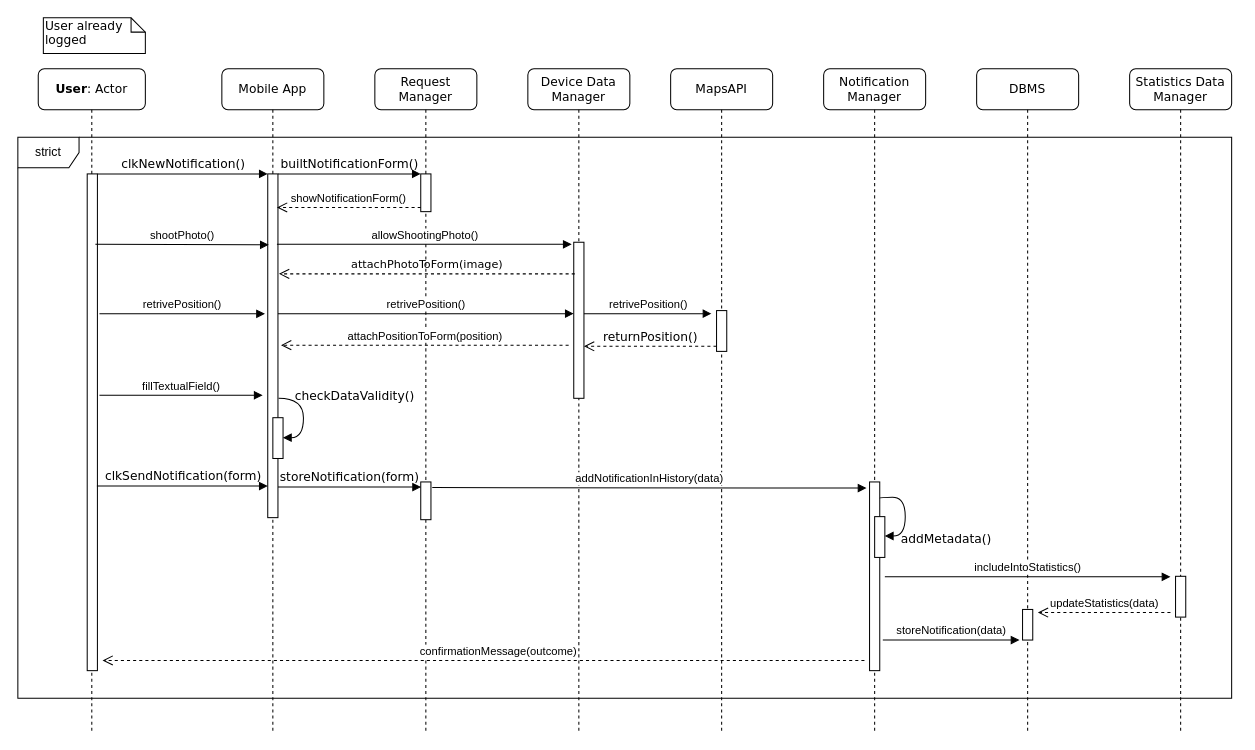
Before: DD/sequenceDiagram/userSendNotification.drawio in valearm/SafeStreets-Project-SE2, a draw.io diagram. Source tidied: cells renumbered, new cells numbered last; positions are measured from the earlier drawing's top-left corner, leaving out a move shared by most shapes. Both pictures are drawn from the tidied source at 102%, with x=0, y=0 at pixel (17, 17).
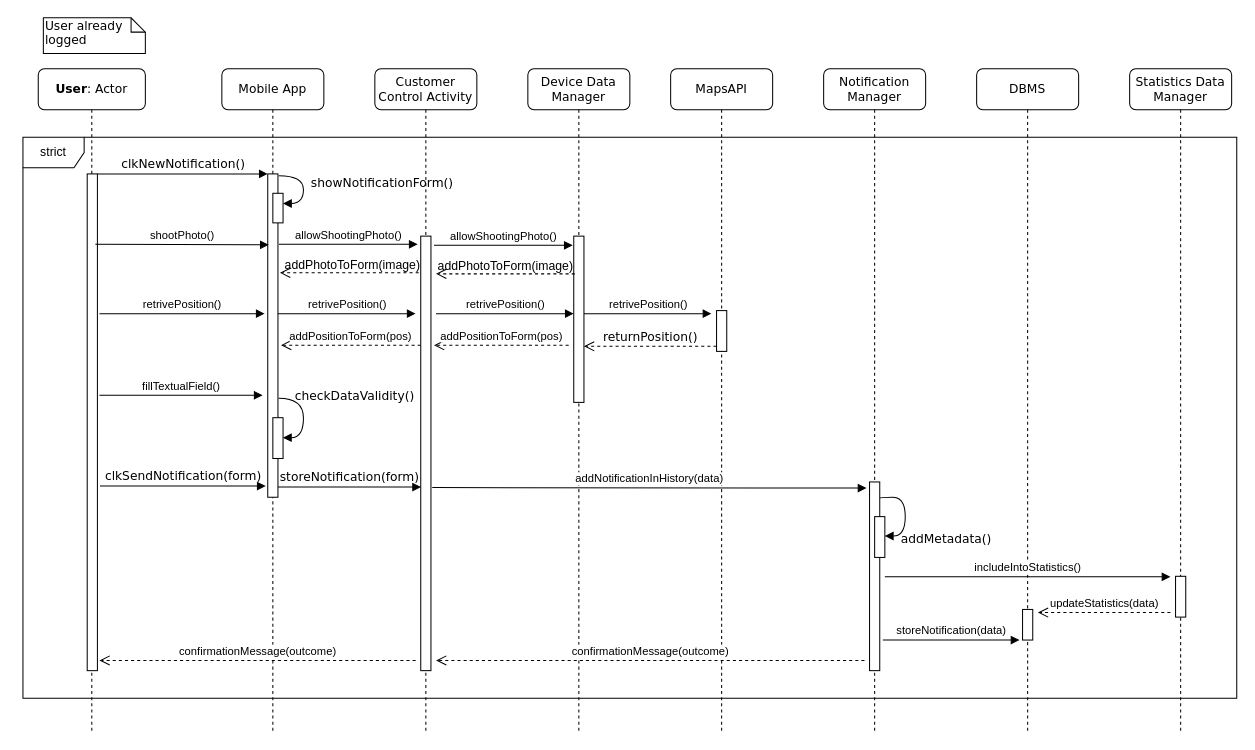
The same diagram, later.

Unchanged cells that the change refers to:
```xml
<mxCell id="2" value="Mobile App" style="shape=umlLifeline;perimeter=lifelinePerimeter;whiteSpace=wrap;html=1;rounded=1;shadow=0;comic=0;labelBackgroundColor=none;strokeWidth=1;fontFamily=Verdana;fontSize=12;align=center;" parent="1" vertex="1">
  <mxGeometry x="200" y="50" width="100" height="650" as="geometry" />
</mxCell>
<mxCell id="15" value="&lt;b&gt;User&lt;/b&gt;: Actor" style="shape=umlLifeline;perimeter=lifelinePerimeter;whiteSpace=wrap;html=1;rounded=1;shadow=0;comic=0;labelBackgroundColor=none;strokeWidth=1;fontFamily=Verdana;fontSize=12;align=center;" parent="1" vertex="1">
  <mxGeometry x="20" y="50" width="105" height="650" as="geometry" />
</mxCell>
```

What changed in the source:
```diff
@@
     <mxCell id="3" style="html=1;points=[];perimeter=orthogonalPerimeter;rounded=0;shadow=0;comic=0;labelBackgroundColor=none;strokeWidth=1;fontFamily=Verdana;fontSize=12;align=center;" parent="2" vertex="1">
-      <mxGeometry x="45" y="103" width="10" height="337" as="geometry" />
+      <mxGeometry x="45" y="103" width="10" height="317" as="geometry" />
     </mxCell>
+    <mxCell id="44" style="html=1;perimeter=orthogonalPerimeter;rounded=0;shadow=0;comic=0;labelBackgroundColor=none;strokeWidth=1;fontFamily=Verdana;fontSize=12;align=center;" parent="2" vertex="1">
+      <mxGeometry x="50" y="122" width="10" height="29" as="geometry" />
+    </mxCell>
+    <mxCell id="23" value="showNotificationForm()" style="html=1;verticalAlign=bottom;endArrow=block;labelBackgroundColor=none;fontFamily=Verdana;fontSize=12;elbow=vertical;edgeStyle=orthogonalEdgeStyle;curved=1;exitX=1.038;exitY=0.345;exitPerimeter=0;" parent="2" edge="1">
+      <mxGeometry x="0.52" y="-81" relative="1" as="geometry">
+        <mxPoint x="55.8" y="104.8" as="sourcePoint" />
+        <mxPoint x="60" y="132" as="targetPoint" />
+        <Array as="points">
+          <mxPoint x="80" y="105" />
+          <mxPoint x="80" y="132" />
+          <mxPoint x="60" y="132" />
+        </Array>
+        <mxPoint x="80" y="70" as="offset" />
+      </mxGeometry>
+    </mxCell>
-    <mxCell id="4" value="Request Manager" style="shape=umlLifeline;perimeter=lifelinePerimeter;whiteSpace=wrap;html=1;rounded=1;shadow=0;comic=0;labelBackgroundColor=none;strokeWidth=1;fontFamily=Verdana;fontSize=12;align=center;size=40;" parent="1" vertex="1">
+    <mxCell id="4" value="Customer Control Activity" style="shape=umlLifeline;perimeter=lifelinePerimeter;whiteSpace=wrap;html=1;rounded=1;shadow=0;comic=0;labelBackgroundColor=none;strokeWidth=1;fontFamily=Verdana;fontSize=12;align=center;size=40;" parent="1" vertex="1">
       <mxGeometry x="350" y="50" width="100" height="650" as="geometry" />
     </mxCell>
-    <mxCell id="5" style="html=1;points=[];perimeter=orthogonalPerimeter;rounded=0;shadow=0;comic=0;labelBackgroundColor=none;strokeWidth=1;fontFamily=Verdana;fontSize=12;align=center;" parent="4" vertex="1">
-      <mxGeometry x="45" y="103" width="10" height="37" as="geometry" />
-    </mxCell>
-    <mxCell id="6" style="html=1;perimeter=orthogonalPerimeter;rounded=0;shadow=0;comic=0;labelBackgroundColor=none;strokeWidth=1;fontFamily=Verdana;fontSize=12;align=center;" parent="4" vertex="1">
-      <mxGeometry x="45" y="405" width="10" height="37" as="geometry" />
-    </mxCell>
@@
-    <mxCell id="17" value="retrivePosition()" style="html=1;verticalAlign=bottom;endArrow=block;entryX=-0.272;entryY=0.407;entryDx=0;entryDy=0;entryPerimeter=0;" parent="15" edge="1" target="3">
+    <mxCell id="17" value="retrivePosition()" style="html=1;verticalAlign=bottom;endArrow=block;" parent="15" edge="1">
       <mxGeometry relative="1" as="geometry">
         <mxPoint x="60" y="240" as="sourcePoint" />
+        <mxPoint x="222" y="240" as="targetPoint" />
       </mxGeometry>
     </mxCell>
     <mxCell id="18" style="html=1;perimeter=orthogonalPerimeter;rounded=0;shadow=0;comic=0;labelBackgroundColor=none;strokeWidth=1;fontFamily=Verdana;fontSize=12;align=center;" parent="1" vertex="1">
-      <mxGeometry x="545" y="220" width="10" height="153" as="geometry" />
+      <mxGeometry x="545" y="214" width="10" height="163" as="geometry" />
     </mxCell>
@@
-    <mxCell id="21" value="builtNotificationForm()" style="html=1;verticalAlign=bottom;endArrow=block;entryX=0;entryY=0;labelBackgroundColor=none;fontFamily=Verdana;fontSize=12;edgeStyle=elbowEdgeStyle;elbow=vertical;" parent="1" edge="1" source="3" target="5">
-      <mxGeometry relative="1" as="geometry" />
-    </mxCell>
@@
-    <mxCell id="23" value="showNotificationForm()" style="html=1;verticalAlign=bottom;endArrow=open;dashed=1;endSize=8;entryX=0.9;entryY=0.117;entryDx=0;entryDy=0;entryPerimeter=0;exitX=0;exitY=0.135;exitDx=0;exitDy=0;exitPerimeter=0;" parent="1" edge="1">
-      <mxGeometry relative="1" as="geometry">
-        <mxPoint x="395" y="186" as="sourcePoint" />
-        <mxPoint x="254" y="185.9" as="targetPoint" />
-      </mxGeometry>
-    </mxCell>
@@
     <mxCell id="25" value="allowShootingPhoto()" style="html=1;verticalAlign=bottom;endArrow=block;" parent="1" edge="1">
       <mxGeometry relative="1" as="geometry">
-        <mxPoint x="254" y="222" as="sourcePoint" />
-        <mxPoint x="543" y="222" as="targetPoint" />
+        <mxPoint x="256" y="222" as="sourcePoint" />
+        <mxPoint x="392" y="222" as="targetPoint" />
       </mxGeometry>
     </mxCell>
-    <mxCell id="26" value="&lt;font style=&quot;font-size: 11px&quot;&gt;attachPhotoToForm(image)&lt;/font&gt;" style="html=1;verticalAlign=bottom;endArrow=open;dashed=1;endSize=8;labelBackgroundColor=none;fontFamily=Verdana;fontSize=12;edgeStyle=elbowEdgeStyle;elbow=vertical;entryX=1;entryY=0.581;entryDx=0;entryDy=0;entryPerimeter=0;" parent="1" edge="1">
+    <mxCell id="26" style="html=1;verticalAlign=bottom;endArrow=open;dashed=1;endSize=8;labelBackgroundColor=none;fontFamily=Verdana;fontSize=12;edgeStyle=elbowEdgeStyle;elbow=vertical;" parent="1" edge="1">
       <mxGeometry relative="1" as="geometry">
         <mxPoint x="546" y="251" as="sourcePoint" />
-        <mxPoint x="256" y="251.3" as="targetPoint" />
+        <mxPoint x="410" y="251" as="targetPoint" />
         <Array as="points">
           <mxPoint x="491" y="251" />
           <mxPoint x="521" y="251" />
         </Array>
       </mxGeometry>
     </mxCell>
     <mxCell id="27" value="retrivePosition()" style="html=1;verticalAlign=bottom;endArrow=block;" parent="1" edge="1">
       <mxGeometry relative="1" as="geometry">
         <mxPoint x="255" y="290" as="sourcePoint" />
-        <mxPoint x="545" y="290" as="targetPoint" />
+        <mxPoint x="390" y="290" as="targetPoint" />
       </mxGeometry>
     </mxCell>
@@
-    <mxCell id="29" value="attachPositionToForm(position)" style="html=1;verticalAlign=bottom;endArrow=open;dashed=1;endSize=8;entryX=1.3;entryY=0.625;entryDx=0;entryDy=0;entryPerimeter=0;" parent="1" edge="1">
+    <mxCell id="29" value="addPositionToForm(pos)" style="html=1;verticalAlign=bottom;endArrow=open;dashed=1;endSize=8;entryX=1.3;entryY=0.625;entryDx=0;entryDy=0;entryPerimeter=0;" parent="1" edge="1" source="45">
       <mxGeometry relative="1" as="geometry">
-        <mxPoint x="540" y="321" as="sourcePoint" />
         <mxPoint x="258" y="320.9" as="targetPoint" />
       </mxGeometry>
     </mxCell>
@@
-    <mxCell id="33" value="clkSendNotification(form)" style="html=1;verticalAlign=bottom;endArrow=block;entryX=0;entryY=0;labelBackgroundColor=none;fontFamily=Verdana;fontSize=12;edgeStyle=elbowEdgeStyle;elbow=vertical;" parent="1" edge="1">
+    <mxCell id="33" value="clkSendNotification(form)" style="html=1;verticalAlign=bottom;endArrow=block;labelBackgroundColor=none;fontFamily=Verdana;fontSize=12;edgeStyle=elbowEdgeStyle;elbow=vertical;" parent="1" edge="1">
       <mxGeometry relative="1" as="geometry">
-        <mxPoint x="77.5" y="459" as="sourcePoint" />
-        <mxPoint x="245" y="459" as="targetPoint" />
+        <mxPoint x="80.5" y="459" as="sourcePoint" />
+        <mxPoint x="243" y="459" as="targetPoint" />
       </mxGeometry>
     </mxCell>
@@
     <mxCell id="40" value="confirmationMessage(outcome)" style="html=1;verticalAlign=bottom;endArrow=open;dashed=1;endSize=8;fontSize=11;" parent="1" edge="1">
-      <mxGeometry x="-0.04" relative="1" as="geometry">
+      <mxGeometry relative="1" as="geometry">
         <mxPoint x="830" y="630" as="sourcePoint" />
-        <mxPoint x="83" y="630" as="targetPoint" />
+        <mxPoint x="410" y="630" as="targetPoint" />
       </mxGeometry>
     </mxCell>
@@
     <mxCell id="43" value="strict" style="shape=umlFrame;whiteSpace=wrap;html=1;" parent="1" vertex="1">
-      <mxGeometry y="117" width="1190" height="550" as="geometry" />
+      <mxGeometry x="5" y="117" width="1190" height="550" as="geometry" />
     </mxCell>
+    <mxCell id="45" style="html=1;points=[];perimeter=orthogonalPerimeter;rounded=0;shadow=0;comic=0;labelBackgroundColor=none;strokeWidth=1;fontFamily=Verdana;fontSize=12;align=center;" parent="1" vertex="1">
+      <mxGeometry x="395" y="214" width="10" height="426" as="geometry" />
+    </mxCell>
+    <mxCell id="46" value="addPositionToForm(pos)" style="html=1;verticalAlign=bottom;endArrow=open;dashed=1;endSize=8;" parent="1" edge="1">
+      <mxGeometry relative="1" as="geometry">
+        <mxPoint x="540" y="321" as="sourcePoint" />
+        <mxPoint x="408" y="321" as="targetPoint" />
+      </mxGeometry>
+    </mxCell>
+    <mxCell id="47" value="allowShootingPhoto()" style="html=1;verticalAlign=bottom;endArrow=block;" parent="1" edge="1">
+      <mxGeometry relative="1" as="geometry">
+        <mxPoint x="408" y="223" as="sourcePoint" />
+        <mxPoint x="544" y="223" as="targetPoint" />
+      </mxGeometry>
+    </mxCell>
+    <mxCell id="48" style="html=1;verticalAlign=bottom;endArrow=open;dashed=1;endSize=8;labelBackgroundColor=none;fontFamily=Verdana;fontSize=12;edgeStyle=elbowEdgeStyle;elbow=vertical;" parent="1" edge="1">
+      <mxGeometry relative="1" as="geometry">
+        <mxPoint x="393" y="250" as="sourcePoint" />
+        <mxPoint x="257" y="250" as="targetPoint" />
+        <Array as="points">
+          <mxPoint x="338" y="250" />
+          <mxPoint x="368" y="250" />
+        </Array>
+      </mxGeometry>
+    </mxCell>
+    <mxCell id="49" value="addPhotoToForm(image)" style="text;html=1;" parent="1" vertex="1">
+      <mxGeometry x="260" y="229" width="160" height="30" as="geometry" />
+    </mxCell>
+    <mxCell id="50" value="addPhotoToForm(image)" style="text;html=1;" parent="1" vertex="1">
+      <mxGeometry x="410" y="230" width="160" height="30" as="geometry" />
+    </mxCell>
+    <mxCell id="51" value="retrivePosition()" style="html=1;verticalAlign=bottom;endArrow=block;" parent="1" edge="1">
+      <mxGeometry relative="1" as="geometry">
+        <mxPoint x="410" y="290" as="sourcePoint" />
+        <mxPoint x="545" y="290" as="targetPoint" />
+      </mxGeometry>
+    </mxCell>
+    <mxCell id="52" value="confirmationMessage(outcome)" style="html=1;verticalAlign=bottom;endArrow=open;dashed=1;endSize=8;fontSize=11;" parent="1" edge="1">
+      <mxGeometry relative="1" as="geometry">
+        <mxPoint x="390" y="630" as="sourcePoint" />
+        <mxPoint x="80" y="630" as="targetPoint" />
+      </mxGeometry>
+    </mxCell>
```
